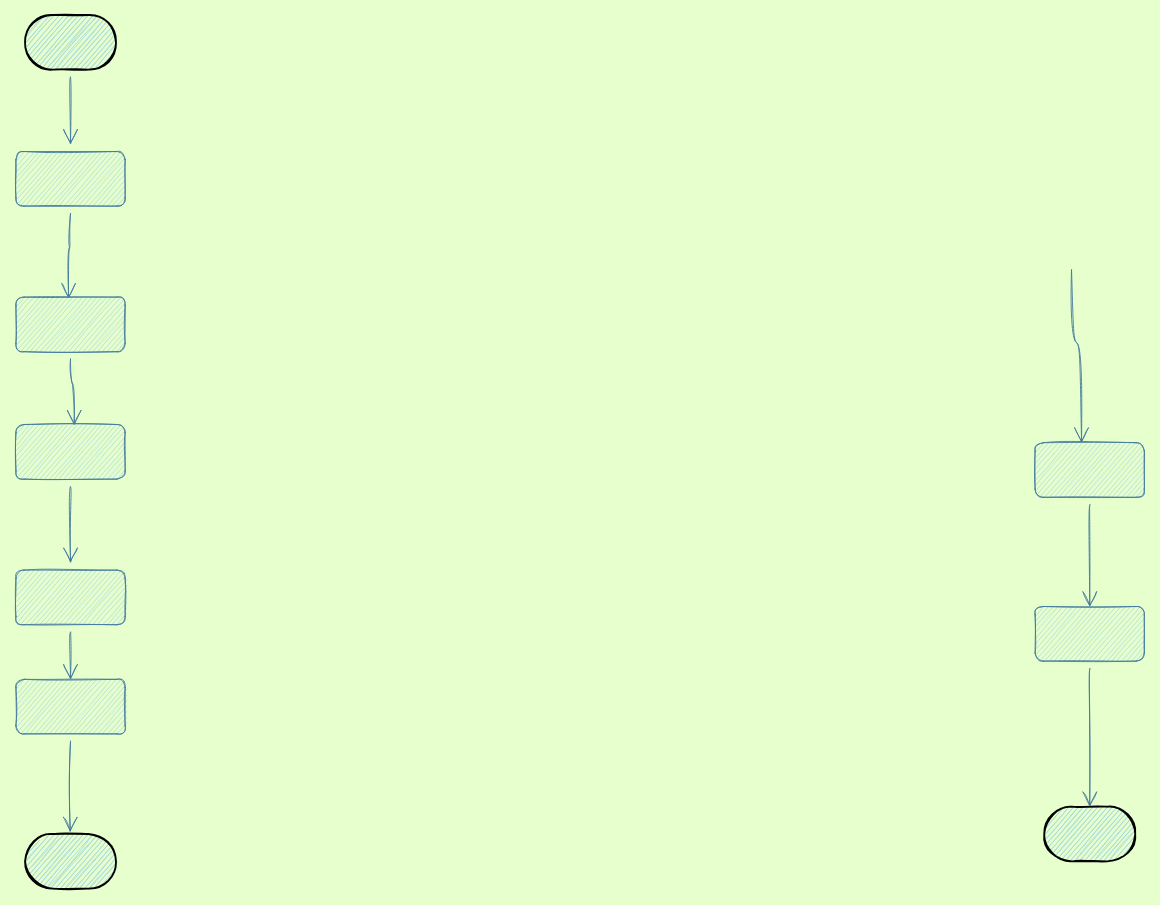
Before: page "нити выполнения" (2 of 3) of работа с памятью в питоне.drawio in DavidkaBenAvraham/full-stack-develeper-cource, a draw.io diagram. Source tidied: cells renumbered, new cells numbered last; positions are measured from the earlier drawing's top-left corner, leaving out a move shared by most shapes. Both pictures are drawn from the tidied source at 91%, with x=0, y=0 at pixel (15, 15).
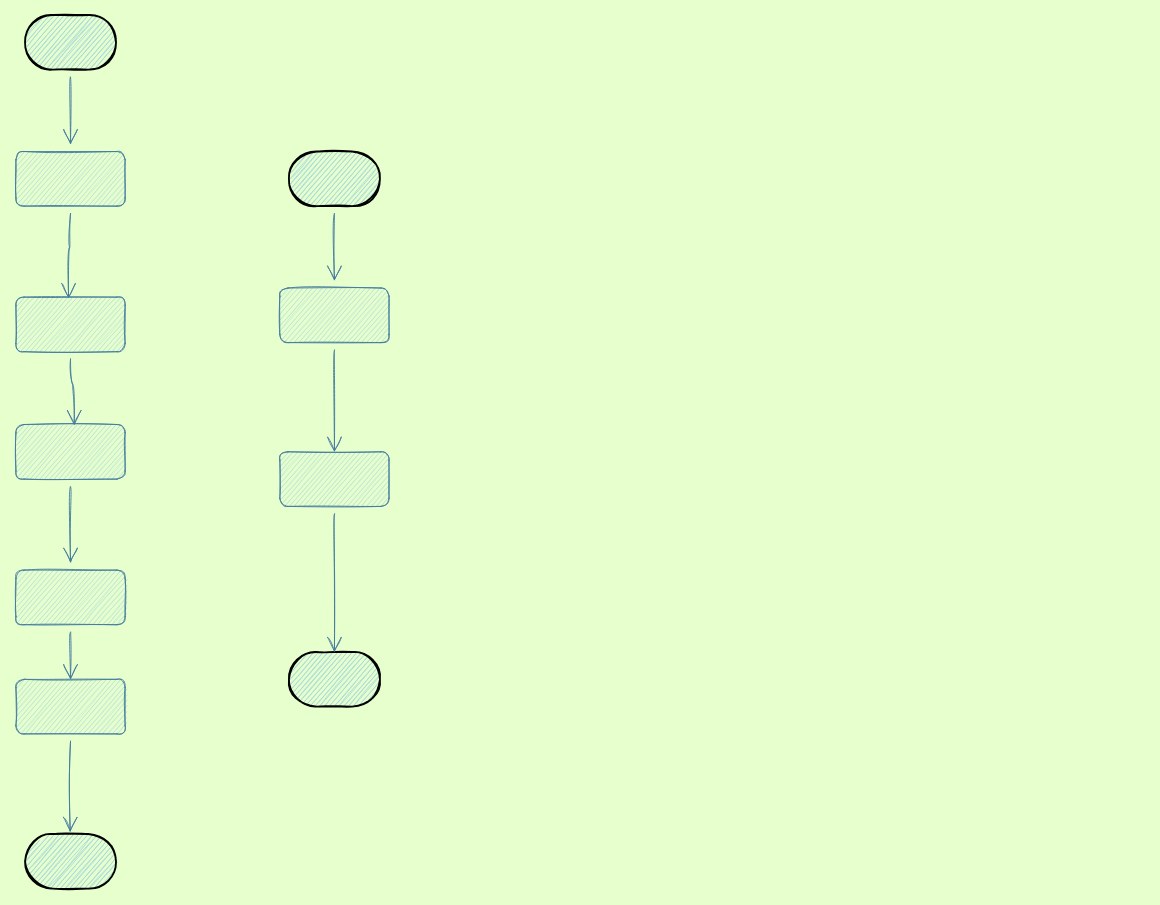
After the change.

The change refers to these unchanged cells:
```xml
<mxCell id="18" style="rounded=1;whiteSpace=wrap;html=1;sketch=1;hachureGap=4;fontFamily=Architects Daughter;fontSize=20;fontColor=#1D3557;strokeColor=#457B9D;fillColor=#A8DADC;" parent="15" vertex="1">
  <mxGeometry width="120" height="60" as="geometry" />
</mxCell>
```

The edit, as a diff of the source:
```diff
@@
     <mxCell id="15" style="group;" parent="1" vertex="1">
-      <mxGeometry x="1120" y="470" width="120" height="460" as="geometry" />
+      <mxGeometry x="290" y="300" width="120" height="460" as="geometry" />
     </mxCell>
@@
-    <mxCell id="21" style="edgeStyle=orthogonalEdgeStyle;curved=1;rounded=0;sketch=1;hachureGap=4;jettySize=auto;html=1;entryX=0.425;entryY=-0.002;entryDx=0;entryDy=0;entryPerimeter=0;fontFamily=Architects Daughter;fontSize=16;fontColor=#1D3557;endArrow=open;startSize=14;endSize=14;sourcePerimeterSpacing=8;targetPerimeterSpacing=8;strokeColor=#457B9D;fillColor=#A8DADC;" parent="1" edge="1" target="18">
-      <mxGeometry relative="1" as="geometry">
-        <mxPoint x="1160" y="280" as="sourcePoint" />
-        <Array as="points">
-          <mxPoint x="1160" y="360" />
-          <mxPoint x="1171" y="360" />
-        </Array>
-      </mxGeometry>
-    </mxCell>
+    <mxCell id="22" style="edgeStyle=orthogonalEdgeStyle;curved=1;rounded=0;sketch=1;hachureGap=4;jettySize=auto;html=1;fontFamily=Architects Daughter;fontSize=16;fontColor=#1D3557;endArrow=open;startSize=14;endSize=14;sourcePerimeterSpacing=8;targetPerimeterSpacing=8;strokeColor=#457B9D;fillColor=#A8DADC;" parent="1" edge="1" source="23" target="18">
+      <mxGeometry relative="1" as="geometry" />
+    </mxCell>
+    <mxCell id="23" style="strokeWidth=2;html=1;shape=mxgraph.flowchart.terminator;whiteSpace=wrap;sketch=1;hachureGap=4;fontFamily=Architects Daughter;fontSize=20;fontColor=#1D3557;fillColor=#A8DADC;" parent="1" vertex="1">
+      <mxGeometry x="300" y="150" width="100" height="60" as="geometry" />
+    </mxCell>
```
